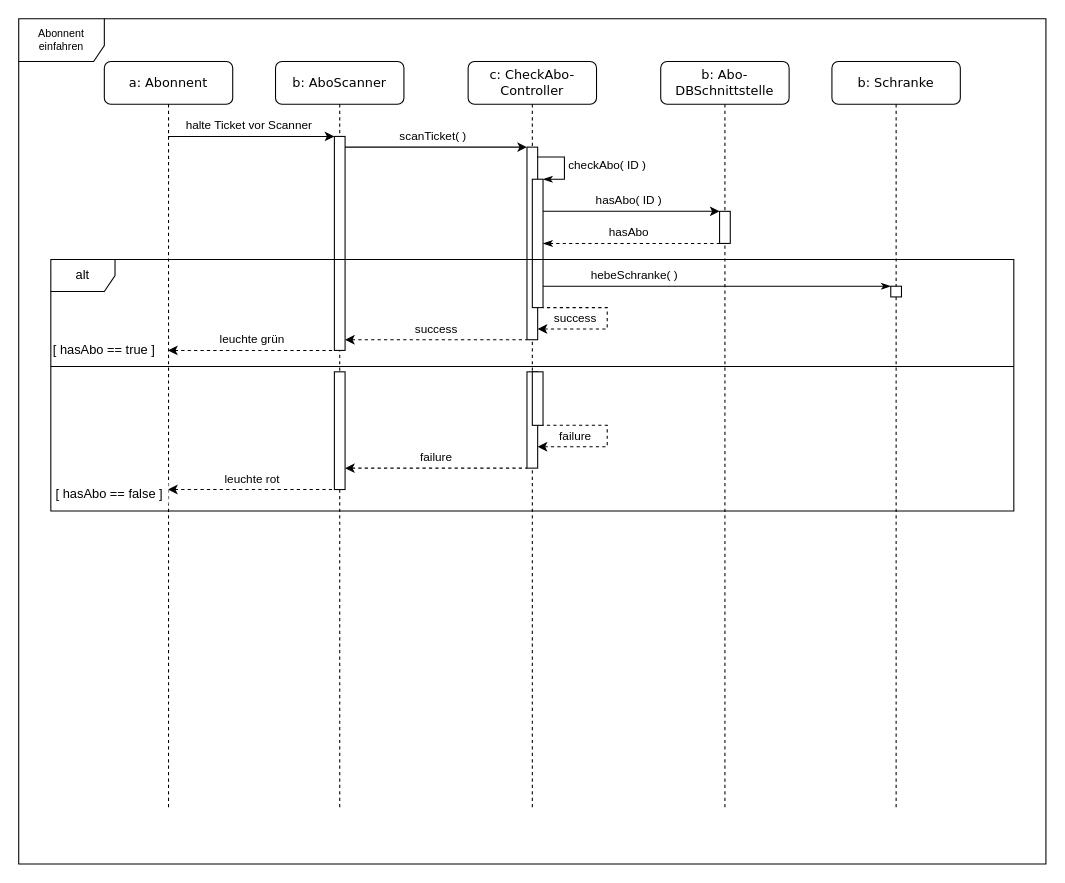
Above: f(u)ml/Sequence_Diagrams/LaHMa-Abonnent_einfahren-sequence_diagram.drawio in Filsball/LaHMa_Carpark (draw.io), before the change. Source tidied: cells renumbered, new cells numbered last; positions are measured from the earlier drawing's top-left corner, leaving out a move shared by most shapes. Both pictures are drawn from the tidied source at 107%, with x=0, y=0 at pixel (18, 18).
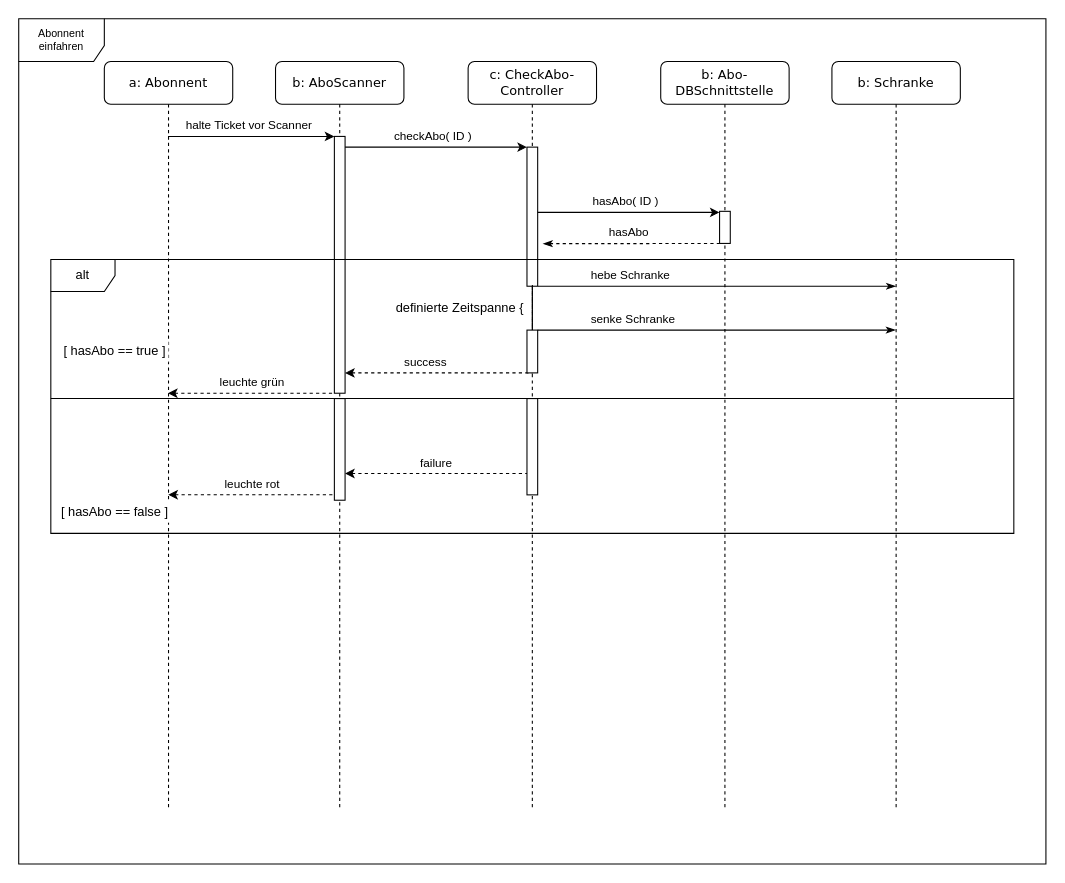
The same page after the edit.

Unchanged cells that the change refers to:
```xml
<mxCell id="5" style="html=1;points=[];perimeter=orthogonalPerimeter;rounded=1;shadow=0;glass=0;comic=0;strokeColor=#000000;strokeWidth=1;arcSize=0;" parent="4" vertex="1">
  <mxGeometry x="55" y="140" width="10" height="30" as="geometry" />
</mxCell>
<mxCell id="6" value="b: AboScanner" style="shape=umlLifeline;perimeter=lifelinePerimeter;whiteSpace=wrap;html=1;rounded=1;shadow=0;comic=0;labelBackgroundColor=none;strokeColor=#000000;strokeWidth=1;fillColor=#FFFFFF;fontFamily=Verdana;fontSize=12;fontColor=#000000;align=center;size=40;" parent="1" vertex="1">
  <mxGeometry x="240" y="40" width="120" height="700" as="geometry" />
</mxCell>
<mxCell id="9" value="c: CheckAbo-Controller&lt;br&gt;" style="shape=umlLifeline;perimeter=lifelinePerimeter;whiteSpace=wrap;html=1;rounded=1;shadow=0;comic=0;labelBackgroundColor=none;strokeColor=#000000;strokeWidth=1;fillColor=#FFFFFF;fontFamily=Verdana;fontSize=12;fontColor=#000000;align=center;size=40;" parent="1" vertex="1">
  <mxGeometry x="420" y="40" width="120" height="700" as="geometry" />
</mxCell>
<mxCell id="15" value="b: Schranke&lt;br&gt;" style="shape=umlLifeline;perimeter=lifelinePerimeter;whiteSpace=wrap;html=1;outlineConnect=0;rounded=1;shadow=0;comic=0;labelBackgroundColor=none;strokeColor=#000000;strokeWidth=1;fillColor=#FFFFFF;fontFamily=Verdana;fontSize=12;fontColor=#000000;align=center;size=40;" parent="1" vertex="1">
  <mxGeometry x="760" y="40" width="120" height="700" as="geometry" />
</mxCell>
<mxCell id="17" value="a: Abonnent" style="shape=umlLifeline;perimeter=lifelinePerimeter;whiteSpace=wrap;html=1;outlineConnect=0;rounded=1;shadow=0;comic=0;labelBackgroundColor=none;strokeColor=#000000;strokeWidth=1;fillColor=#FFFFFF;fontFamily=Verdana;fontSize=12;fontColor=#000000;align=center;size=40;" parent="1" vertex="1">
  <mxGeometry x="80" y="40" width="120" height="700" as="geometry" />
</mxCell>
```

What changed in the source:
```diff
@@
-    <mxCell id="2" value="Abonnent einfahren" style="shape=umlFrame;whiteSpace=wrap;html=1;fontSize=10;width=80;height=40;" parent="1" vertex="1">
+    <mxCell id="2" value="Abonnent einfahren&lt;br&gt;" style="shape=umlFrame;whiteSpace=wrap;html=1;fontSize=10;width=80;height=40;" parent="1" vertex="1">
       <mxGeometry width="960" height="790" as="geometry" />
     </mxCell>
     <mxCell id="3" value="failure" style="endArrow=none;html=1;edgeStyle=orthogonalEdgeStyle;startArrow=classic;startFill=1;endFill=0;rounded=0;dashed=1;" parent="1" edge="1" source="8" target="14">
       <mxGeometry y="10" relative="1" as="geometry">
         <Array as="points">
-          <mxPoint x="400" y="420" />
-          <mxPoint x="400" y="420" />
+          <mxPoint x="400" y="425" />
+          <mxPoint x="400" y="425" />
         </Array>
       </mxGeometry>
     </mxCell>
@@
     <mxCell id="7" style="html=1;points=[];perimeter=orthogonalPerimeter;rounded=1;shadow=0;glass=0;comic=0;strokeColor=#000000;strokeWidth=1;arcSize=0;" parent="6" vertex="1">
-      <mxGeometry x="55" y="70" width="10" height="200" as="geometry" />
+      <mxGeometry x="55" y="70" width="10" height="240" as="geometry" />
     </mxCell>
     <mxCell id="8" style="html=1;points=[];perimeter=orthogonalPerimeter;rounded=1;shadow=0;glass=0;comic=0;strokeColor=#000000;strokeWidth=1;arcSize=0;" parent="6" vertex="1">
-      <mxGeometry x="55" y="290" width="10" height="110" as="geometry" />
+      <mxGeometry x="55" y="315" width="10" height="95" as="geometry" />
     </mxCell>
@@
     <mxCell id="10" style="html=1;points=[];perimeter=orthogonalPerimeter;rounded=1;shadow=0;glass=0;comic=0;strokeColor=#000000;strokeWidth=1;arcSize=0;" parent="9" vertex="1">
-      <mxGeometry x="55" y="80" width="10" height="180" as="geometry" />
+      <mxGeometry x="55" y="80" width="10" height="130" as="geometry" />
     </mxCell>
-    <mxCell id="11" style="html=1;points=[];perimeter=orthogonalPerimeter;rounded=1;shadow=0;glass=0;comic=0;strokeColor=#000000;strokeWidth=1;arcSize=0;" parent="9" vertex="1">
-      <mxGeometry x="60" y="110" width="10" height="120" as="geometry" />
-    </mxCell>
-    <mxCell id="12" value="checkAbo( ID )" style="edgeStyle=orthogonalEdgeStyle;html=1;align=left;spacingLeft=2;endArrow=classicThin;rounded=0;entryX=1;entryY=0;exitX=0.999;exitY=0.051;exitDx=0;exitDy=0;exitPerimeter=0;endFill=1;" parent="9" edge="1" source="10" target="11">
-      <mxGeometry relative="1" as="geometry">
-        <Array as="points">
-          <mxPoint x="90" y="89" />
-          <mxPoint x="90" y="110" />
-        </Array>
-      </mxGeometry>
-    </mxCell>
-    <mxCell id="13" value="success" style="endArrow=none;html=1;edgeStyle=orthogonalEdgeStyle;startArrow=classic;startFill=1;endFill=0;rounded=0;dashed=1;" parent="9" edge="1" source="10" target="11">
-      <mxGeometry x="0.04" y="30" relative="1" as="geometry">
-        <Array as="points">
-          <mxPoint x="130" y="250" />
-          <mxPoint x="130" y="230" />
-        </Array>
-      </mxGeometry>
-    </mxCell>
     <mxCell id="14" style="html=1;points=[];perimeter=orthogonalPerimeter;rounded=1;shadow=0;glass=0;comic=0;strokeColor=#000000;strokeWidth=1;arcSize=0;" parent="9" vertex="1">
-      <mxGeometry x="55" y="290" width="10" height="90" as="geometry" />
+      <mxGeometry x="55" y="315" width="10" height="90" as="geometry" />
     </mxCell>
@@
-    <mxCell id="16" style="html=1;points=[];perimeter=orthogonalPerimeter;rounded=1;shadow=0;glass=0;comic=0;strokeColor=#000000;strokeWidth=1;arcSize=0;" parent="15" vertex="1">
-      <mxGeometry x="55" y="210" width="10" height="10" as="geometry" />
-    </mxCell>
@@
-    <mxCell id="19" value="scanTicket( )" style="endArrow=classic;html=1;edgeStyle=orthogonalEdgeStyle;" parent="1" edge="1" source="7" target="10">
+    <mxCell id="19" value="checkAbo( ID )" style="endArrow=classic;html=1;edgeStyle=orthogonalEdgeStyle;" parent="1" edge="1" source="7" target="10">
       <mxGeometry x="-0.03" y="10" relative="1" as="geometry">
         <Array as="points">
           <mxPoint x="360" y="120" />
           <mxPoint x="360" y="120" />
         </Array>
       </mxGeometry>
     </mxCell>
-    <mxCell id="20" value="hasAbo( ID )" style="endArrow=classic;html=1;edgeStyle=orthogonalEdgeStyle;" parent="1" edge="1" source="11" target="5">
+    <mxCell id="20" value="hasAbo( ID )" style="endArrow=classic;html=1;edgeStyle=orthogonalEdgeStyle;" parent="1" edge="1" source="10" target="5">
       <mxGeometry x="-0.03" y="10" relative="1" as="geometry">
         <Array as="points">
-          <mxPoint x="570" y="180" />
-          <mxPoint x="570" y="180" />
+          <mxPoint x="570" y="181" />
+          <mxPoint x="570" y="181" />
         </Array>
       </mxGeometry>
     </mxCell>
-    <mxCell id="21" value="hasAbo&lt;br&gt;" style="endArrow=none;html=1;edgeStyle=orthogonalEdgeStyle;startArrow=classicThin;startFill=1;dashed=1;endFill=0;" parent="1" edge="1" source="11" target="5">
+    <mxCell id="21" value="hasAbo&lt;br&gt;" style="endArrow=none;html=1;edgeStyle=orthogonalEdgeStyle;startArrow=classicThin;startFill=1;dashed=1;endFill=0;" parent="1" edge="1" target="5">
       <mxGeometry x="-0.03" y="10" relative="1" as="geometry">
+        <mxPoint x="490" y="210.2" as="sourcePoint" />
         <Array as="points">
           <mxPoint x="570" y="210" />
           <mxPoint x="570" y="210" />
         </Array>
       </mxGeometry>
     </mxCell>
     <mxCell id="22" style="line;strokeWidth=1;fillColor=none;align=left;verticalAlign=middle;spacingTop=-1;spacingLeft=3;spacingRight=3;labelPosition=right;rounded=1;shadow=0;glass=0;comic=0;" parent="1" vertex="1">
-      <mxGeometry x="30" y="320" width="900" height="10" as="geometry" />
+      <mxGeometry x="30" y="350" width="900" height="10" as="geometry" />
     </mxCell>
-    <mxCell id="23" value="hebeSchranke( )" style="edgeStyle=orthogonalEdgeStyle;html=1;align=left;spacingLeft=2;endArrow=classicThin;rounded=0;endFill=1;" parent="1" edge="1" source="11" target="16">
+    <mxCell id="23" value="hebe Schranke" style="edgeStyle=orthogonalEdgeStyle;html=1;align=left;spacingLeft=2;endArrow=classicThin;rounded=0;endFill=1;" parent="1" edge="1">
       <mxGeometry x="-0.01" y="121" relative="1" as="geometry">
+        <mxPoint x="485.2" y="250" as="sourcePoint" />
+        <mxPoint x="819.7" y="250" as="targetPoint" />
         <Array as="points">
           <mxPoint x="650" y="250" />
           <mxPoint x="650" y="250" />
         </Array>
         <mxPoint x="-120" y="111" as="offset" />
       </mxGeometry>
     </mxCell>
     <mxCell id="24" value="success" style="endArrow=none;html=1;edgeStyle=orthogonalEdgeStyle;startArrow=classic;startFill=1;endFill=0;rounded=0;dashed=1;" parent="1" edge="1" source="7" target="10">
-      <mxGeometry y="10" relative="1" as="geometry">
+      <mxGeometry x="-0.26" y="23" relative="1" as="geometry">
         <Array as="points">
-          <mxPoint x="390" y="300" />
-          <mxPoint x="390" y="300" />
+          <mxPoint x="400" y="331" />
+          <mxPoint x="400" y="331" />
         </Array>
+        <mxPoint x="-20" y="13" as="offset" />
       </mxGeometry>
     </mxCell>
@@
-    <mxCell id="26" style="html=1;points=[];perimeter=orthogonalPerimeter;rounded=1;shadow=0;glass=0;comic=0;strokeColor=#000000;strokeWidth=1;arcSize=0;backgroundOutline=0;fixDash=0;snapToPoint=0;flipH=1;flipV=0;imageAspect=1;absoluteArcSize=0;fillOpacity=100;direction=east;" parent="1" vertex="1">
-      <mxGeometry x="480" y="330" width="10" height="50" as="geometry" />
-    </mxCell>
-    <mxCell id="27" value="failure&lt;br&gt;" style="endArrow=none;html=1;edgeStyle=orthogonalEdgeStyle;startArrow=classic;startFill=1;endFill=0;rounded=0;dashed=1;" parent="1" edge="1" source="14" target="26">
-      <mxGeometry x="0.04" y="30" relative="1" as="geometry">
-        <Array as="points">
-          <mxPoint x="550" y="400" />
-          <mxPoint x="550" y="380" />
-        </Array>
-      </mxGeometry>
-    </mxCell>
-    <mxCell id="28" value="leuchte rot" style="endArrow=none;html=1;edgeStyle=orthogonalEdgeStyle;startArrow=classic;startFill=1;endFill=0;rounded=0;dashed=1;" parent="1" edge="1" source="17" target="8">
+    <mxCell id="28" value="leuchte rot" style="endArrow=none;html=1;edgeStyle=orthogonalEdgeStyle;startArrow=classic;startFill=1;endFill=0;rounded=0;dashed=1;" parent="1" edge="1" target="8">
       <mxGeometry y="10" relative="1" as="geometry">
+        <mxPoint x="139.8" y="444.9" as="sourcePoint" />
         <Array as="points">
-          <mxPoint x="210" y="440" />
-          <mxPoint x="210" y="440" />
+          <mxPoint x="210" y="445" />
+          <mxPoint x="210" y="445" />
         </Array>
       </mxGeometry>
     </mxCell>
     <mxCell id="29" value="[ hasAbo == true ]" style="text;html=1;strokeColor=none;fillColor=#ffffff;align=center;verticalAlign=middle;whiteSpace=wrap;rounded=0;shadow=0;glass=0;dashed=1;comic=0;" parent="1" vertex="1">
-      <mxGeometry x="30" y="300" width="100" height="20" as="geometry" />
+      <mxGeometry x="40" y="301" width="100" height="20" as="geometry" />
     </mxCell>
     <mxCell id="30" value="[ hasAbo == false ]" style="text;html=1;strokeColor=none;fillColor=#ffffff;align=center;verticalAlign=middle;whiteSpace=wrap;rounded=0;shadow=0;glass=0;dashed=1;comic=0;" parent="1" vertex="1">
-      <mxGeometry x="30" y="434" width="110" height="20" as="geometry" />
+      <mxGeometry x="35" y="451" width="110" height="20" as="geometry" />
     </mxCell>
+    <mxCell id="32" value="&lt;div style=&quot;text-align: left&quot;&gt;&lt;font style=&quot;font-size: 12px&quot;&gt;definierte Zeitspanne {&lt;/font&gt;&lt;/div&gt;" style="text;html=1;strokeColor=none;fillColor=none;align=center;verticalAlign=middle;whiteSpace=wrap;rounded=0;" parent="1" vertex="1">
+      <mxGeometry x="350" y="251" width="125" height="40" as="geometry" />
+    </mxCell>
+    <mxCell id="33" value="senke Schranke" style="edgeStyle=orthogonalEdgeStyle;html=1;align=left;spacingLeft=2;endArrow=classicThin;rounded=0;endFill=1;" parent="1" edge="1" source="34" target="15">
+      <mxGeometry x="-0.01" y="121" relative="1" as="geometry">
+        <Array as="points">
+          <mxPoint x="660" y="291" />
+          <mxPoint x="660" y="291" />
+        </Array>
+        <mxPoint x="-120" y="111" as="offset" />
+      </mxGeometry>
+    </mxCell>
+    <mxCell id="34" style="html=1;points=[];perimeter=orthogonalPerimeter;rounded=1;shadow=0;glass=0;comic=0;strokeColor=#000000;strokeWidth=1;arcSize=0;" parent="1" vertex="1">
+      <mxGeometry x="475" y="291" width="10" height="40" as="geometry" />
+    </mxCell>
+    <mxCell id="35" style="endArrow=none;html=1;entryX=0.505;entryY=0.992;entryDx=0;entryDy=0;entryPerimeter=0;" parent="1" edge="1" source="34" target="10">
+      <mxGeometry relative="1" as="geometry" />
+    </mxCell>
     <mxCell id="31" value="alt&lt;br&gt;" style="shape=umlFrame;whiteSpace=wrap;html=1;rounded=1;shadow=0;glass=0;comic=0;strokeColor=#000000;strokeWidth=1;" parent="1" vertex="1">
-      <mxGeometry x="30" y="225" width="900" height="235" as="geometry" />
+      <mxGeometry x="30" y="225" width="900" height="256" as="geometry" />
     </mxCell>
```
